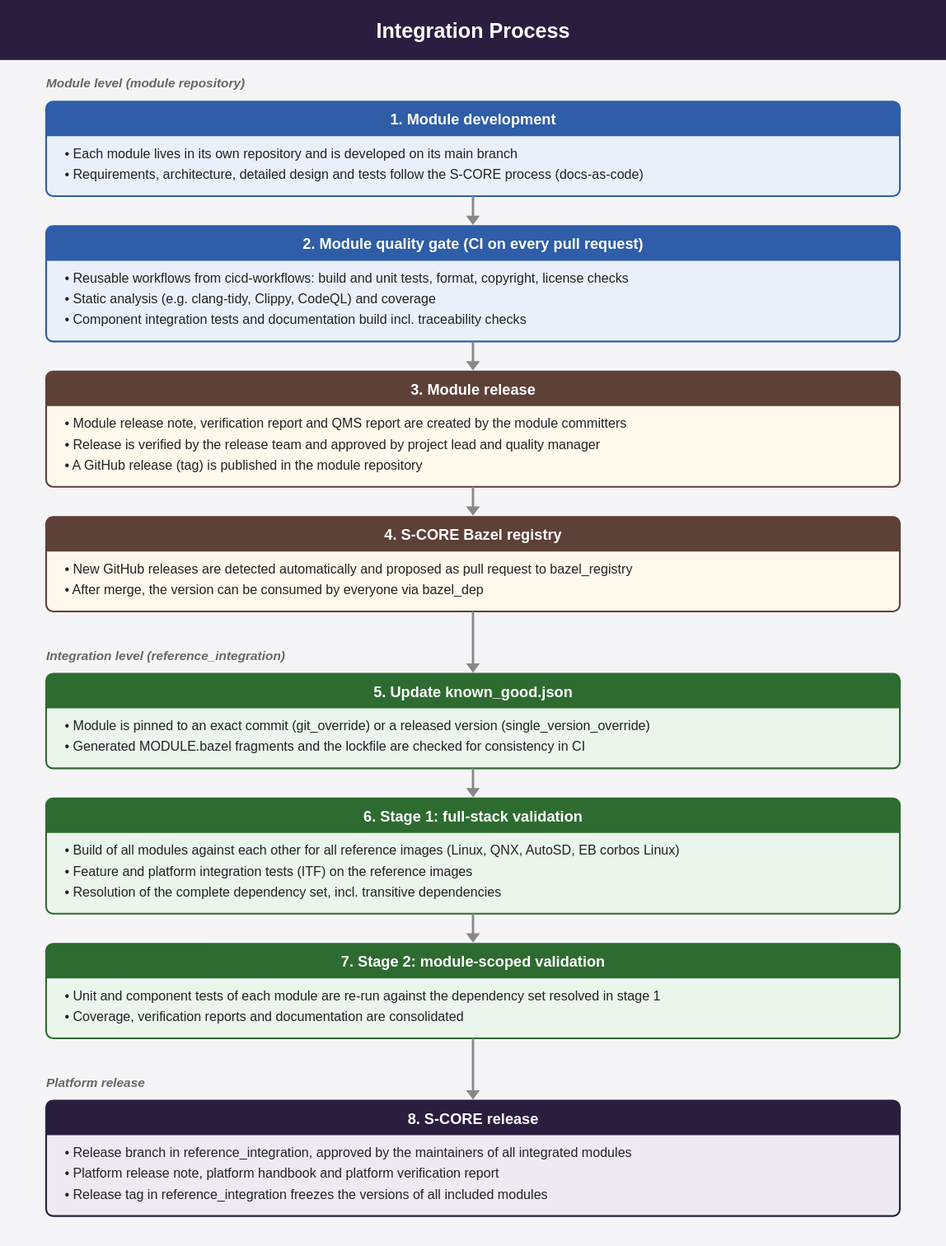
Before: docs/users_guide/_assets/release_integration_concept.drawio.svg, a diagram exported from draw.io (eclipse-score/score). Source tidied: cells renumbered, new cells last; positions are measured from the earlier drawing's top-left corner, leaving out a move shared by most shapes.
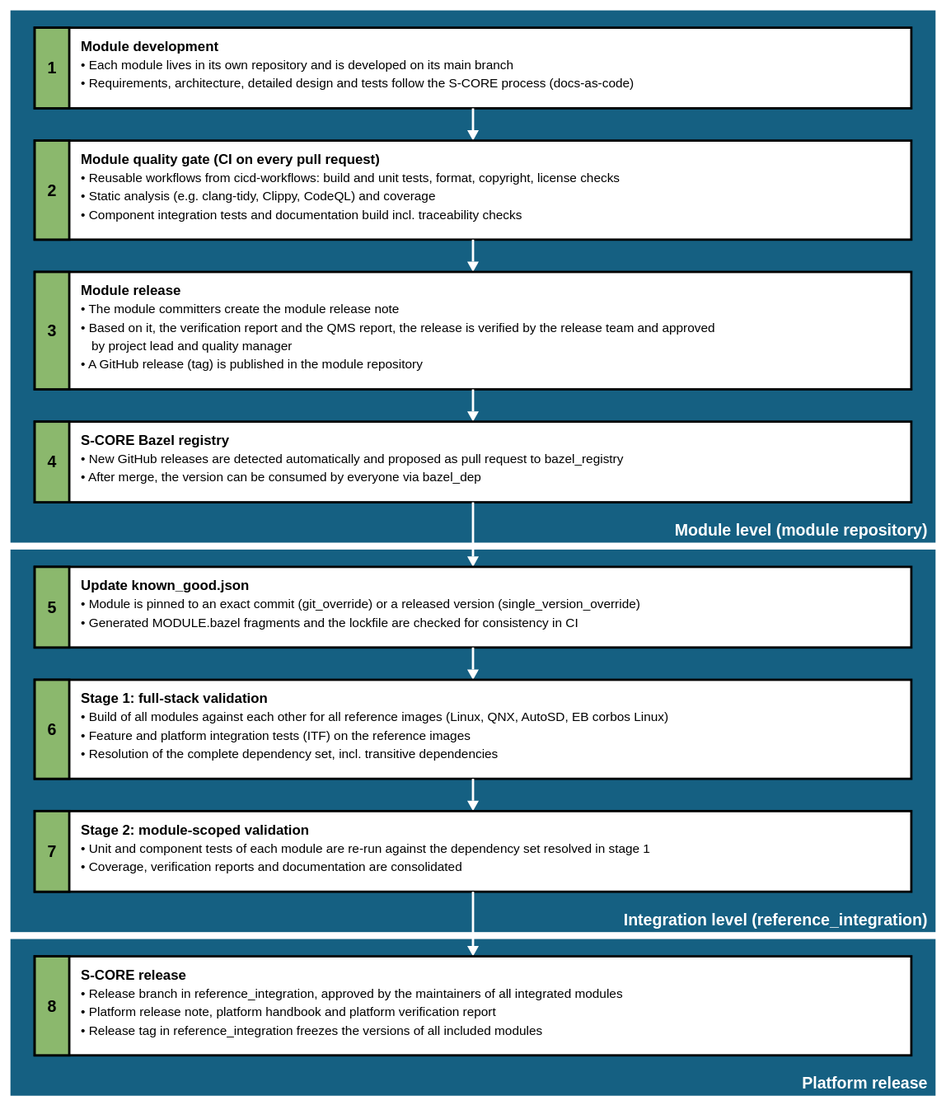
The same file after the commit.

Commit message:
docs: align users guide diagrams with platform architecture style

Diff of the diagram source:
```diff
@@ -1,87 +1,98 @@
-<mxGraphModel background="#F5F5F7">
+<mxGraphModel>
   <root>
     <mxCell id="0" />
     <mxCell id="1" parent="0" />
-    <mxCell id="2" value="Integration Process" style="rounded=0;fillColor=#2A1E3F;strokeColor=none;fontColor=#FFFFFF;fontStyle=1;fontSize=18;" parent="1" vertex="1">
-      <mxGeometry width="820" height="52" as="geometry" />
+    <mxCell id="2" value="Module level (module repository)" style="rounded=0;whiteSpace=wrap;html=1;strokeWidth=2;fillColor=#156082;strokeColor=#156082;fontColor=#FFFFFF;fontStyle=1;fontSize=14;align=right;verticalAlign=bottom;spacing=4;" parent="1" vertex="1">
+      <mxGeometry x="10" y="10" width="800" height="459.4" as="geometry" />
     </mxCell>
-    <mxCell id="3" value="Module level (module repository)" style="text;align=left;fontStyle=3;fontSize=11;fontColor=#666666;" parent="1" vertex="1">
-      <mxGeometry x="40" y="60" width="330" height="24" as="geometry" />
+    <mxCell id="3" value="&lt;b&gt;Module development&lt;/b&gt;&lt;br&gt;• Each module lives in its own repository and is developed on its main branch&lt;br&gt;• Requirements, architecture, detailed design and tests follow the S-CORE process (docs-as-code)" style="rounded=0;whiteSpace=wrap;html=1;strokeWidth=2;fillColor=#FFFFFF;strokeColor=#000000;align=left;verticalAlign=top;spacingLeft=10;fontSize=11;" parent="1" vertex="1">
+      <mxGeometry x="60" y="24" width="730" height="69.9" as="geometry" />
     </mxCell>
-    <mxCell id="4" value="1. Module development" style="swimlane;startSize=30;rounded=1;arcSize=2;fillColor=#2F5DA8;swimlaneFillColor=#EAF0FA;strokeColor=#2F5DA8;fontColor=#FFFFFF;fontStyle=1;fontSize=13;" parent="1" vertex="1">
-      <mxGeometry x="40" y="88" width="740" height="82" as="geometry" />
+    <mxCell id="4" value="1" style="rounded=0;whiteSpace=wrap;html=1;strokeWidth=2;fillColor=#8BB86D;strokeColor=#000000;fontStyle=1;fontSize=14;" parent="1" vertex="1">
+      <mxGeometry x="30" y="24" width="30" height="69.9" as="geometry" />
     </mxCell>
-    <mxCell id="5" value="• Each module lives in its own repository and is developed on its main branch&lt;br&gt;• Requirements, architecture, detailed design and tests follow the S-CORE process (docs-as-code)" style="text;html=1;align=left;verticalAlign=top;spacingLeft=12;fontSize=11;fontColor=#222222;whiteSpace=wrap;" parent="4" vertex="1">
-      <mxGeometry y="30" width="740" height="52" as="geometry" />
+    <mxCell id="5" style="endArrow=block;endFill=1;html=1;strokeWidth=2;strokeColor=#FFFFFF;" parent="1" edge="1" source="3">
+      <mxGeometry relative="1" as="geometry">
+        <mxPoint x="410" y="121.9" as="targetPoint" />
+      </mxGeometry>
     </mxCell>
-    <mxCell id="6" value="2. Module quality gate (CI on every pull request)" style="swimlane;startSize=30;rounded=1;arcSize=2;fillColor=#2F5DA8;swimlaneFillColor=#EAF0FA;strokeColor=#2F5DA8;fontColor=#FFFFFF;fontStyle=1;fontSize=13;" parent="1" vertex="1">
-      <mxGeometry x="40" y="196" width="740" height="100" as="geometry" />
+    <mxCell id="6" value="&lt;b&gt;Module quality gate (CI on every pull request)&lt;/b&gt;&lt;br&gt;• Reusable workflows from cicd-workflows: build and unit tests, format, copyright, license checks&lt;br&gt;• Static analysis (e.g. clang-tidy, Clippy, CodeQL) and coverage&lt;br&gt;• Component integration tests and documentation build incl. traceability checks" style="rounded=0;whiteSpace=wrap;html=1;strokeWidth=2;fillColor=#FFFFFF;strokeColor=#000000;align=left;verticalAlign=top;spacingLeft=10;fontSize=11;" parent="1" vertex="1">
+      <mxGeometry x="60" y="121.9" width="730" height="85.8" as="geometry" />
     </mxCell>
-    <mxCell id="7" value="• Reusable workflows from cicd-workflows: build and unit tests, format, copyright, license checks&lt;br&gt;• Static analysis (e.g. clang-tidy, Clippy, CodeQL) and coverage&lt;br&gt;• Component integration tests and documentation build incl. traceability checks" style="text;html=1;align=left;verticalAlign=top;spacingLeft=12;fontSize=11;fontColor=#222222;whiteSpace=wrap;" parent="6" vertex="1">
-      <mxGeometry y="30" width="740" height="70" as="geometry" />
+    <mxCell id="7" value="2" style="rounded=0;whiteSpace=wrap;html=1;strokeWidth=2;fillColor=#8BB86D;strokeColor=#000000;fontStyle=1;fontSize=14;" parent="1" vertex="1">
+      <mxGeometry x="30" y="121.9" width="30" height="85.8" as="geometry" />
     </mxCell>
-    <mxCell id="8" style="endArrow=block;endFill=1;strokeColor=#888888;strokeWidth=2;" parent="1" edge="1" source="4" target="6">
-      <mxGeometry relative="1" as="geometry" />
+    <mxCell id="8" style="endArrow=block;endFill=1;html=1;strokeWidth=2;strokeColor=#FFFFFF;" parent="1" edge="1" source="6">
+      <mxGeometry relative="1" as="geometry">
+        <mxPoint x="410" y="235.8" as="targetPoint" />
+      </mxGeometry>
     </mxCell>
-    <mxCell id="9" value="3. Module release" style="swimlane;startSize=30;rounded=1;arcSize=2;fillColor=#5D4037;swimlaneFillColor=#FFF8EC;strokeColor=#5D4037;fontColor=#FFFFFF;fontStyle=1;fontSize=13;" parent="1" vertex="1">
-      <mxGeometry x="40" y="322" width="740" height="100" as="geometry" />
+    <mxCell id="9" value="&lt;b&gt;Module release&lt;/b&gt;&lt;br&gt;• The module committers create the module release note&lt;br&gt;• Based on it, the verification report and the QMS report, the release is verified by the release team and approved by project lead and quality manager&lt;br&gt;• A GitHub release (tag) is published in the module repository" style="rounded=0;whiteSpace=wrap;html=1;strokeWidth=2;fillColor=#FFFFFF;strokeColor=#000000;align=left;verticalAlign=top;spacingLeft=10;fontSize=11;" parent="1" vertex="1">
+      <mxGeometry x="60" y="235.8" width="730" height="101.8" as="geometry" />
     </mxCell>
-    <mxCell id="10" value="• Module release note, verification report and QMS report are created by the module committers&lt;br&gt;• Release is verified by the release team and approved by project lead and quality manager&lt;br&gt;• A GitHub release (tag) is published in the module repository" style="text;html=1;align=left;verticalAlign=top;spacingLeft=12;fontSize=11;fontColor=#222222;whiteSpace=wrap;" parent="9" vertex="1">
-      <mxGeometry y="30" width="740" height="70" as="geometry" />
+    <mxCell id="10" value="3" style="rounded=0;whiteSpace=wrap;html=1;strokeWidth=2;fillColor=#8BB86D;strokeColor=#000000;fontStyle=1;fontSize=14;" parent="1" vertex="1">
+      <mxGeometry x="30" y="235.8" width="30" height="101.8" as="geometry" />
     </mxCell>
-    <mxCell id="11" style="endArrow=block;endFill=1;strokeColor=#888888;strokeWidth=2;" parent="1" edge="1" source="6" target="9">
-      <mxGeometry relative="1" as="geometry" />
+    <mxCell id="11" style="endArrow=block;endFill=1;html=1;strokeWidth=2;strokeColor=#FFFFFF;" parent="1" edge="1" source="9">
+      <mxGeometry relative="1" as="geometry">
+        <mxPoint x="410" y="365.6" as="targetPoint" />
+      </mxGeometry>
     </mxCell>
-    <mxCell id="12" value="4. S-CORE Bazel registry" style="swimlane;startSize=30;rounded=1;arcSize=2;fillColor=#5D4037;swimlaneFillColor=#FFF8EC;strokeColor=#5D4037;fontColor=#FFFFFF;fontStyle=1;fontSize=13;" parent="1" vertex="1">
-      <mxGeometry x="40" y="448" width="740" height="82" as="geometry" />
+    <mxCell id="12" value="&lt;b&gt;S-CORE Bazel registry&lt;/b&gt;&lt;br&gt;• New GitHub releases are detected automatically and proposed as pull request to bazel_registry&lt;br&gt;• After merge, the version can be consumed by everyone via bazel_dep" style="rounded=0;whiteSpace=wrap;html=1;strokeWidth=2;fillColor=#FFFFFF;strokeColor=#000000;align=left;verticalAlign=top;spacingLeft=10;fontSize=11;" parent="1" vertex="1">
+      <mxGeometry x="60" y="365.6" width="730" height="69.9" as="geometry" />
     </mxCell>
-    <mxCell id="13" value="• New GitHub releases are detected automatically and proposed as pull request to bazel_registry&lt;br&gt;• After merge, the version can be consumed by everyone via bazel_dep" style="text;html=1;align=left;verticalAlign=top;spacingLeft=12;fontSize=11;fontColor=#222222;whiteSpace=wrap;" parent="12" vertex="1">
-      <mxGeometry y="30" width="740" height="52" as="geometry" />
+    <mxCell id="13" value="4" style="rounded=0;whiteSpace=wrap;html=1;strokeWidth=2;fillColor=#8BB86D;strokeColor=#000000;fontStyle=1;fontSize=14;" parent="1" vertex="1">
+      <mxGeometry x="30" y="365.6" width="30" height="69.9" as="geometry" />
     </mxCell>
-    <mxCell id="14" style="endArrow=block;endFill=1;strokeColor=#888888;strokeWidth=2;" parent="1" edge="1" source="9" target="12">
-      <mxGeometry relative="1" as="geometry" />
+    <mxCell id="14" value="Integration level (reference_integration)" style="rounded=0;whiteSpace=wrap;html=1;strokeWidth=2;fillColor=#156082;strokeColor=#156082;fontColor=#FFFFFF;fontStyle=1;fontSize=14;align=right;verticalAlign=bottom;spacing=4;" parent="1" vertex="1">
+      <mxGeometry x="10" y="477.4" width="800" height="329.6" as="geometry" />
     </mxCell>
-    <mxCell id="15" value="Integration level (reference_integration)" style="text;align=left;fontStyle=3;fontSize=11;fontColor=#666666;" parent="1" vertex="1">
-      <mxGeometry x="40" y="556" width="330" height="24" as="geometry" />
+    <mxCell id="15" style="endArrow=block;endFill=1;html=1;strokeWidth=2;strokeColor=#FFFFFF;" parent="1" edge="1" source="12">
+      <mxGeometry relative="1" as="geometry">
+        <mxPoint x="410" y="491.4" as="targetPoint" />
+      </mxGeometry>
     </mxCell>
-    <mxCell id="16" value="5. Update known_good.json" style="swimlane;startSize=30;rounded=1;arcSize=2;fillColor=#2E6B30;swimlaneFillColor=#EBF5EC;strokeColor=#2E6B30;fontColor=#FFFFFF;fontStyle=1;fontSize=13;" parent="1" vertex="1">
-      <mxGeometry x="40" y="584" width="740" height="82" as="geometry" />
+    <mxCell id="16" value="&lt;b&gt;Update known_good.json&lt;/b&gt;&lt;br&gt;• Module is pinned to an exact commit (git_override) or a released version (single_version_override)&lt;br&gt;• Generated MODULE.bazel fragments and the lockfile are checked for consistency in CI" style="rounded=0;whiteSpace=wrap;html=1;strokeWidth=2;fillColor=#FFFFFF;strokeColor=#000000;align=left;verticalAlign=top;spacingLeft=10;fontSize=11;" parent="1" vertex="1">
+      <mxGeometry x="60" y="491.4" width="730" height="69.9" as="geometry" />
     </mxCell>
-    <mxCell id="17" value="• Module is pinned to an exact commit (git_override) or a released version (single_version_override)&lt;br&gt;• Generated MODULE.bazel fragments and the lockfile are checked for consistency in CI" style="text;html=1;align=left;verticalAlign=top;spacingLeft=12;fontSize=11;fontColor=#222222;whiteSpace=wrap;" parent="16" vertex="1">
-      <mxGeometry y="30" width="740" height="52" as="geometry" />
+    <mxCell id="17" value="5" style="rounded=0;whiteSpace=wrap;html=1;strokeWidth=2;fillColor=#8BB86D;strokeColor=#000000;fontStyle=1;fontSize=14;" parent="1" vertex="1">
+      <mxGeometry x="30" y="491.4" width="30" height="69.9" as="geometry" />
     </mxCell>
-    <mxCell id="18" style="endArrow=block;endFill=1;strokeColor=#888888;strokeWidth=2;" parent="1" edge="1" source="12" target="16">
-      <mxGeometry relative="1" as="geometry" />
+    <mxCell id="18" style="endArrow=block;endFill=1;html=1;strokeWidth=2;strokeColor=#FFFFFF;" parent="1" edge="1" source="16">
+      <mxGeometry relative="1" as="geometry">
+        <mxPoint x="410" y="589.4" as="targetPoint" />
+      </mxGeometry>
     </mxCell>
-    <mxCell id="19" value="6. Stage 1: full-stack validation" style="swimlane;startSize=30;rounded=1;arcSize=2;fillColor=#2E6B30;swimlaneFillColor=#EBF5EC;strokeColor=#2E6B30;fontColor=#FFFFFF;fontStyle=1;fontSize=13;" parent="1" vertex="1">
-      <mxGeometry x="40" y="692" width="740" height="100" as="geometry" />
+    <mxCell id="19" value="&lt;b&gt;Stage 1: full-stack validation&lt;/b&gt;&lt;br&gt;• Build of all modules against each other for all reference images (Linux, QNX, AutoSD, EB corbos Linux)&lt;br&gt;• Feature and platform integration tests (ITF) on the reference images&lt;br&gt;• Resolution of the complete dependency set, incl. transitive dependencies" style="rounded=0;whiteSpace=wrap;html=1;strokeWidth=2;fillColor=#FFFFFF;strokeColor=#000000;align=left;verticalAlign=top;spacingLeft=10;fontSize=11;" parent="1" vertex="1">
+      <mxGeometry x="60" y="589.4" width="730" height="85.8" as="geometry" />
     </mxCell>
-    <mxCell id="20" value="• Build of all modules against each other for all reference images (Linux, QNX, AutoSD, EB corbos Linux)&lt;br&gt;• Feature and platform integration tests (ITF) on the reference images&lt;br&gt;• Resolution of the complete dependency set, incl. transitive dependencies" style="text;html=1;align=left;verticalAlign=top;spacingLeft=12;fontSize=11;fontColor=#222222;whiteSpace=wrap;" parent="19" vertex="1">
-      <mxGeometry y="30" width="740" height="70" as="geometry" />
+    <mxCell id="20" value="6" style="rounded=0;whiteSpace=wrap;html=1;strokeWidth=2;fillColor=#8BB86D;strokeColor=#000000;fontStyle=1;fontSize=14;" parent="1" vertex="1">
+      <mxGeometry x="30" y="589.4" width="30" height="85.8" as="geometry" />
     </mxCell>
-    <mxCell id="21" style="endArrow=block;endFill=1;strokeColor=#888888;strokeWidth=2;" parent="1" edge="1" source="16" target="19">
-      <mxGeometry relative="1" as="geometry" />
+    <mxCell id="21" style="endArrow=block;endFill=1;html=1;strokeWidth=2;strokeColor=#FFFFFF;" parent="1" edge="1" source="19">
+      <mxGeometry relative="1" as="geometry">
+        <mxPoint x="410" y="703.2" as="targetPoint" />
+      </mxGeometry>
     </mxCell>
-    <mxCell id="22" value="7. Stage 2: module-scoped validation" style="swimlane;startSize=30;rounded=1;arcSize=2;fillColor=#2E6B30;swimlaneFillColor=#EBF5EC;strokeColor=#2E6B30;fontColor=#FFFFFF;fontStyle=1;fontSize=13;" parent="1" vertex="1">
-      <mxGeometry x="40" y="818" width="740" height="82" as="geometry" />
+    <mxCell id="22" value="&lt;b&gt;Stage 2: module-scoped validation&lt;/b&gt;&lt;br&gt;• Unit and component tests of each module are re-run against the dependency set resolved in stage 1&lt;br&gt;• Coverage, verification reports and documentation are consolidated" style="rounded=0;whiteSpace=wrap;html=1;strokeWidth=2;fillColor=#FFFFFF;strokeColor=#000000;align=left;verticalAlign=top;spacingLeft=10;fontSize=11;" parent="1" vertex="1">
+      <mxGeometry x="60" y="703.2" width="730" height="69.9" as="geometry" />
     </mxCell>
-    <mxCell id="23" value="• Unit and component tests of each module are re-run against the dependency set resolved in stage 1&lt;br&gt;• Coverage, verification reports and documentation are consolidated" style="text;html=1;align=left;verticalAlign=top;spacingLeft=12;fontSize=11;fontColor=#222222;whiteSpace=wrap;" parent="22" vertex="1">
-      <mxGeometry y="30" width="740" height="52" as="geometry" />
+    <mxCell id="23" value="7" style="rounded=0;whiteSpace=wrap;html=1;strokeWidth=2;fillColor=#8BB86D;strokeColor=#000000;fontStyle=1;fontSize=14;" parent="1" vertex="1">
+      <mxGeometry x="30" y="703.2" width="30" height="69.9" as="geometry" />
     </mxCell>
-    <mxCell id="24" style="endArrow=block;endFill=1;strokeColor=#888888;strokeWidth=2;" parent="1" edge="1" source="19" target="22">
-      <mxGeometry relative="1" as="geometry" />
+    <mxCell id="24" value="Platform release" style="rounded=0;whiteSpace=wrap;html=1;strokeWidth=2;fillColor=#156082;strokeColor=#156082;fontColor=#FFFFFF;fontStyle=1;fontSize=14;align=right;verticalAlign=bottom;spacing=4;" parent="1" vertex="1">
+      <mxGeometry x="10" y="815.1" width="800" height="133.8" as="geometry" />
     </mxCell>
-    <mxCell id="25" value="Platform release" style="text;align=left;fontStyle=3;fontSize=11;fontColor=#666666;" parent="1" vertex="1">
-      <mxGeometry x="40" y="926" width="330" height="24" as="geometry" />
+    <mxCell id="25" style="endArrow=block;endFill=1;html=1;strokeWidth=2;strokeColor=#FFFFFF;" parent="1" edge="1" source="22">
+      <mxGeometry relative="1" as="geometry">
+        <mxPoint x="410" y="829.1" as="targetPoint" />
+      </mxGeometry>
     </mxCell>
-    <mxCell id="26" value="8. S-CORE release" style="swimlane;startSize=30;rounded=1;arcSize=2;fillColor=#2A1E3F;swimlaneFillColor=#EEEAF4;strokeColor=#2A1E3F;fontColor=#FFFFFF;fontStyle=1;fontSize=13;" parent="1" vertex="1">
-      <mxGeometry x="40" y="954" width="740" height="100" as="geometry" />
+    <mxCell id="26" value="&lt;b&gt;S-CORE release&lt;/b&gt;&lt;br&gt;• Release branch in reference_integration, approved by the maintainers of all integrated modules&lt;br&gt;• Platform release note, platform handbook and platform verification report&lt;br&gt;• Release tag in reference_integration freezes the versions of all included modules" style="rounded=0;whiteSpace=wrap;html=1;strokeWidth=2;fillColor=#FFFFFF;strokeColor=#000000;align=left;verticalAlign=top;spacingLeft=10;fontSize=11;" parent="1" vertex="1">
+      <mxGeometry x="60" y="829.1" width="730" height="85.8" as="geometry" />
     </mxCell>
-    <mxCell id="27" value="• Release branch in reference_integration, approved by the maintainers of all integrated modules&lt;br&gt;• Platform release note, platform handbook and platform verification report&lt;br&gt;• Release tag in reference_integration freezes the versions of all included modules" style="text;html=1;align=left;verticalAlign=top;spacingLeft=12;fontSize=11;fontColor=#222222;whiteSpace=wrap;" parent="26" vertex="1">
-      <mxGeometry y="30" width="740" height="70" as="geometry" />
+    <mxCell id="27" value="8" style="rounded=0;whiteSpace=wrap;html=1;strokeWidth=2;fillColor=#8BB86D;strokeColor=#000000;fontStyle=1;fontSize=14;" parent="1" vertex="1">
+      <mxGeometry x="30" y="829.1" width="30" height="85.8" as="geometry" />
     </mxCell>
-    <mxCell id="28" style="endArrow=block;endFill=1;strokeColor=#888888;strokeWidth=2;" parent="1" edge="1" source="22" target="26">
-      <mxGeometry relative="1" as="geometry" />
-    </mxCell>
   </root>
 </mxGraphModel>
```
